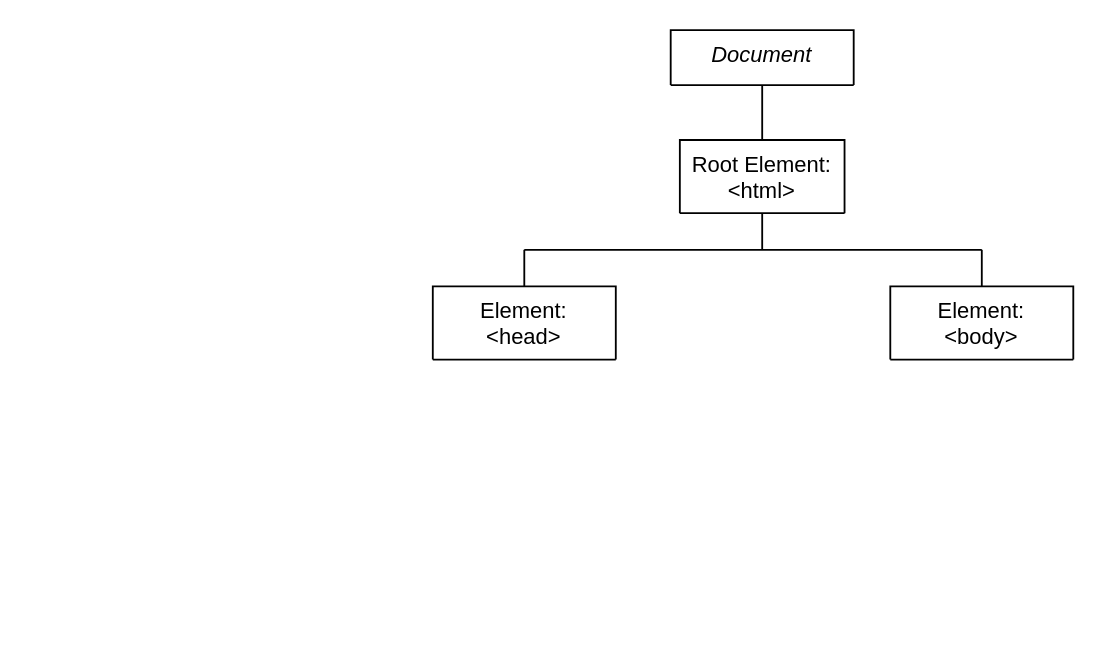
The draw.io diagram .diagrams/fe-main-template.drawio in Bilgecrank/hindsite, before the edit. Source tidied: cells renumbered, new cells numbered last; positions are measured from the earlier drawing's top-left corner, leaving out a move shared by most shapes. Both pictures are drawn from the tidied source at 183%, with x=0, y=0 at pixel (432, 29).
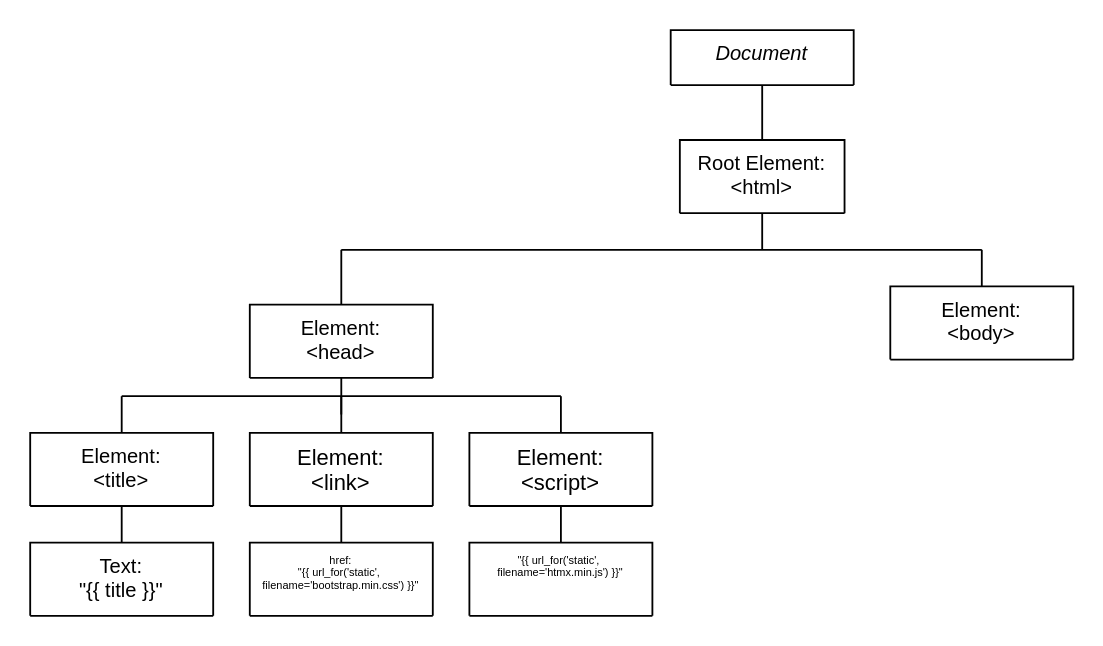
Above is the later version.

Diff of the diagram source:
```diff
@@
-    <mxCell id="2" value="Document" style="swimlane;fontStyle=2;align=center;verticalAlign=top;horizontal=1;startSize=30;rounded=0;shadow=0;strokeWidth=1;" parent="1" vertex="1">
+    <mxCell id="2" value="Document" style="swimlane;fontStyle=2;align=center;verticalAlign=top;horizontal=1;startSize=30;rounded=0;shadow=0;strokeWidth=1;fontSize=11;" parent="1" vertex="1">
       <mxGeometry x="130" width="100" height="30" as="geometry" />
     </mxCell>
-    <mxCell id="3" value="Root Element:&#10;&lt;html&gt;&#10;" style="swimlane;fontStyle=0;align=center;verticalAlign=top;horizontal=1;startSize=50;rounded=0;shadow=0;strokeWidth=1;" parent="1" vertex="1">
+    <mxCell id="3" value="Root Element:&#10;&lt;html&gt;&#10;" style="swimlane;fontStyle=0;align=center;verticalAlign=top;horizontal=1;startSize=50;rounded=0;shadow=0;strokeWidth=1;fontSize=11;" parent="1" vertex="1">
       <mxGeometry x="135" y="60" width="90" height="40" as="geometry" />
     </mxCell>
@@
     <mxCell id="6" style="endArrow=none;html=1;rounded=0;" parent="1" edge="1">
       <mxGeometry relative="1" as="geometry">
-        <mxPoint x="50" y="120" as="sourcePoint" />
+        <mxPoint x="-50" y="120" as="sourcePoint" />
         <mxPoint x="300" y="120" as="targetPoint" />
         <Array as="points">
           <mxPoint x="180" y="120" />
         </Array>
       </mxGeometry>
     </mxCell>
-    <mxCell id="7" value="Element:&#10;&lt;head&gt;&#10;" style="swimlane;fontStyle=0;align=center;verticalAlign=top;horizontal=1;startSize=50;rounded=0;shadow=0;strokeWidth=1;" parent="1" vertex="1">
-      <mxGeometry y="140" width="100" height="40" as="geometry" />
+    <mxCell id="7" value="Element:&#10;&lt;head&gt;&#10;" style="swimlane;fontStyle=0;align=center;verticalAlign=top;horizontal=1;startSize=50;rounded=0;shadow=0;strokeWidth=1;fontSize=11;" parent="1" vertex="1">
+      <mxGeometry x="-100" y="150" width="100" height="40" as="geometry" />
     </mxCell>
     <mxCell id="8" style="endArrow=none;html=1;rounded=0;entryX=0.5;entryY=0;entryDx=0;entryDy=0;" parent="1" edge="1" target="7">
       <mxGeometry relative="1" as="geometry">
-        <mxPoint x="50" y="120" as="sourcePoint" />
+        <mxPoint x="-50" y="120" as="sourcePoint" />
       </mxGeometry>
     </mxCell>
-    <mxCell id="9" value="Element:&#10;&lt;body&gt;&#10;" style="swimlane;fontStyle=0;align=center;verticalAlign=top;horizontal=1;startSize=50;rounded=0;shadow=0;strokeWidth=1;" parent="1" vertex="1">
+    <mxCell id="9" value="Element:&#10;&lt;body&gt;&#10;" style="swimlane;fontStyle=0;align=center;verticalAlign=top;horizontal=1;startSize=50;rounded=0;shadow=0;strokeWidth=1;fontSize=11;" parent="1" vertex="1">
       <mxGeometry x="250" y="140" width="100" height="40" as="geometry" />
     </mxCell>
@@
+    <mxCell id="11" value="Element:&#10;&lt;title&gt;&#10;" style="swimlane;fontStyle=0;align=center;verticalAlign=top;horizontal=1;startSize=50;rounded=0;shadow=0;strokeWidth=1;fontSize=11;" parent="1" vertex="1">
+      <mxGeometry x="-220" y="220" width="100" height="40" as="geometry" />
+    </mxCell>
+    <mxCell id="12" value="Text:&#10;&quot;{{ title }}&quot;&#10;" style="swimlane;fontStyle=0;align=center;verticalAlign=top;horizontal=1;startSize=50;rounded=0;shadow=0;strokeWidth=1;fontSize=11;" parent="1" vertex="1">
+      <mxGeometry x="-220" y="280" width="100" height="40" as="geometry" />
+    </mxCell>
+    <mxCell id="13" style="endArrow=none;html=1;rounded=0;entryX=0.5;entryY=1;entryDx=0;entryDy=0;" parent="1" edge="1" source="12" target="11">
+      <mxGeometry relative="1" as="geometry" />
+    </mxCell>
+    <mxCell id="14" value="Element:&#10;&lt;link&gt;&#10;" style="swimlane;fontStyle=0;align=center;verticalAlign=top;horizontal=1;startSize=50;rounded=0;shadow=0;strokeWidth=1;" parent="1" vertex="1">
+      <mxGeometry x="-100" y="220" width="100" height="40" as="geometry" />
+    </mxCell>
+    <mxCell id="15" value="href:&#10;&quot;{{ url_for('static', &#10;filename='bootstrap.min.css') }}&quot;&#10;&#10;" style="swimlane;fontStyle=0;align=center;verticalAlign=top;horizontal=1;startSize=50;rounded=0;shadow=0;strokeWidth=1;fontSize=6;" parent="1" vertex="1">
+      <mxGeometry x="-100" y="280" width="100" height="40" as="geometry" />
+    </mxCell>
+    <mxCell id="16" style="endArrow=none;html=1;rounded=0;entryX=0.5;entryY=1;entryDx=0;entryDy=0;" parent="1" edge="1" source="15" target="14">
+      <mxGeometry relative="1" as="geometry" />
+    </mxCell>
+    <mxCell id="17" value="Element:&#10;&lt;script&gt;&#10;" style="swimlane;fontStyle=0;align=center;verticalAlign=top;horizontal=1;startSize=50;rounded=0;shadow=0;strokeWidth=1;" parent="1" vertex="1">
+      <mxGeometry x="20" y="220" width="100" height="40" as="geometry" />
+    </mxCell>
+    <mxCell id="18" value="&quot;{{ url_for('static', &#10;filename='htmx.min.js') }}&quot;" style="swimlane;fontStyle=0;align=center;verticalAlign=top;horizontal=1;startSize=50;rounded=0;shadow=0;strokeWidth=1;fontSize=6;" parent="1" vertex="1">
+      <mxGeometry x="20" y="280" width="100" height="40" as="geometry" />
+    </mxCell>
+    <mxCell id="19" style="endArrow=none;html=1;rounded=0;entryX=0.5;entryY=1;entryDx=0;entryDy=0;" parent="1" edge="1" source="18" target="17">
+      <mxGeometry relative="1" as="geometry" />
+    </mxCell>
+    <mxCell id="20" style="endArrow=none;html=1;rounded=0;entryX=0.5;entryY=1;entryDx=0;entryDy=0;" parent="1" edge="1" target="7">
+      <mxGeometry relative="1" as="geometry">
+        <mxPoint x="-50" y="210" as="sourcePoint" />
+      </mxGeometry>
+    </mxCell>
+    <mxCell id="21" style="endArrow=none;html=1;rounded=0;" parent="1" edge="1" source="11">
+      <mxGeometry relative="1" as="geometry">
+        <mxPoint x="-170" y="200" as="targetPoint" />
+      </mxGeometry>
+    </mxCell>
+    <mxCell id="22" style="endArrow=none;html=1;rounded=0;" parent="1" edge="1" source="14">
+      <mxGeometry relative="1" as="geometry">
+        <mxPoint x="-50" y="200" as="targetPoint" />
+      </mxGeometry>
+    </mxCell>
+    <mxCell id="23" style="endArrow=none;html=1;rounded=0;exitX=0.5;exitY=0;exitDx=0;exitDy=0;" parent="1" edge="1" source="17">
+      <mxGeometry relative="1" as="geometry">
+        <mxPoint x="70" y="200" as="targetPoint" />
+      </mxGeometry>
+    </mxCell>
+    <mxCell id="24" style="endArrow=none;html=1;rounded=0;" parent="1" edge="1">
+      <mxGeometry relative="1" as="geometry">
+        <mxPoint x="-170" y="200" as="sourcePoint" />
+        <mxPoint x="70" y="200" as="targetPoint" />
+      </mxGeometry>
+    </mxCell>
```
